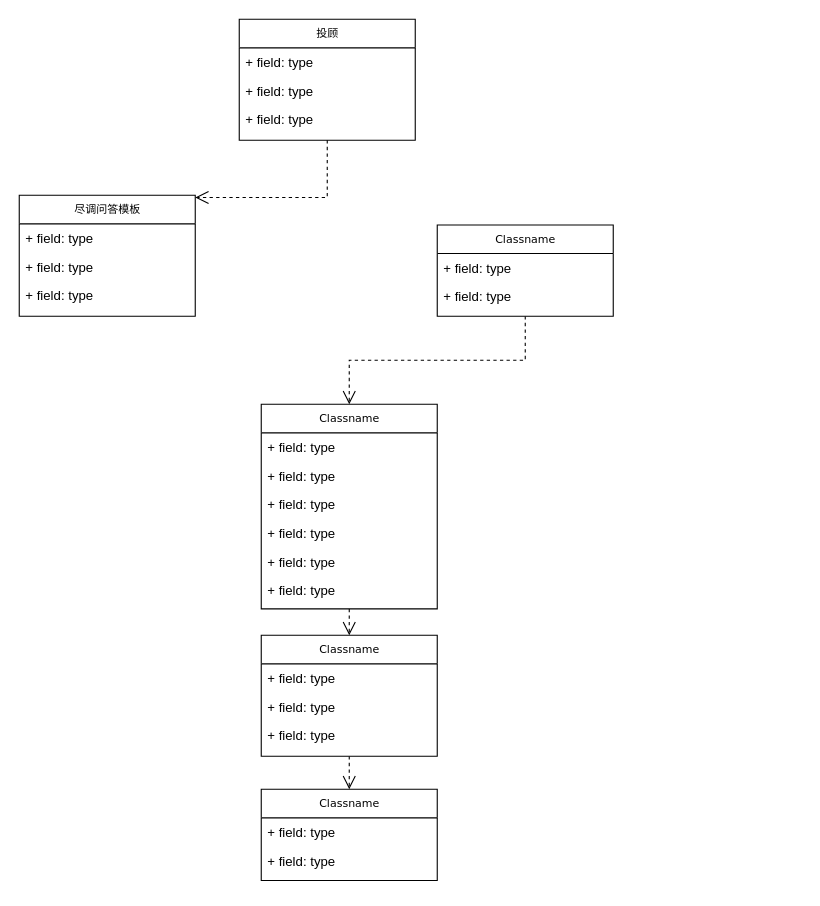
Above: 投顾尽调管理.drawio in shlei512/fundSys (draw.io), before the change. Source tidied: cells renumbered, new cells numbered last; positions are measured from the earlier drawing's top-left corner, leaving out a move shared by most shapes. Both pictures are drawn from the tidied source at 110%, with x=0, y=0 at pixel (19, 19).
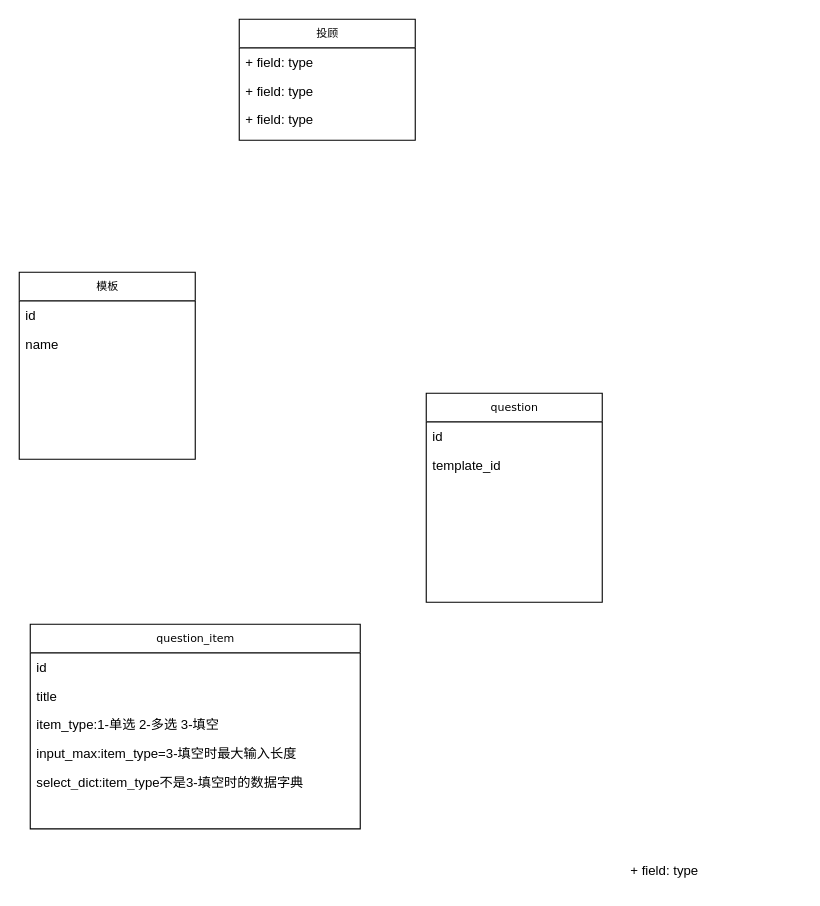
After the change.

Commit message (it also covers changes not shown here):
更新投顾尽调管理.drawio

Unchanged cells that the change refers to:
```xml
<mxCell id="10" value="投顾" style="swimlane;html=1;fontStyle=0;horizontal=1;startSize=26;fillColor=none;swimlaneFillColor=#ffffff;rounded=0;shadow=0;comic=0;labelBackgroundColor=none;strokeWidth=1;fontFamily=Verdana;fontSize=10;align=center;" parent="1" vertex="1">
  <mxGeometry x="200" width="160" height="110" as="geometry" />
</mxCell>
```

Diff of the diagram source:
```diff
@@
-    <mxCell id="2" style="edgeStyle=orthogonalEdgeStyle;rounded=0;html=1;dashed=1;labelBackgroundColor=none;startFill=0;endArrow=open;endFill=0;endSize=10;fontFamily=Verdana;fontSize=10;" parent="1" edge="1" source="3" target="22">
-      <mxGeometry relative="1" as="geometry" />
-    </mxCell>
-    <mxCell id="3" value="Classname" style="swimlane;html=1;fontStyle=0;horizontal=1;startSize=26;fillColor=none;swimlaneFillColor=#ffffff;rounded=0;shadow=0;comic=0;labelBackgroundColor=none;strokeWidth=1;fontFamily=Verdana;fontSize=10;align=center;" parent="1" vertex="1">
-      <mxGeometry x="220" y="350" width="160" height="186" as="geometry" />
+    <mxCell id="3" value="question_item" style="swimlane;html=1;fontStyle=0;horizontal=1;startSize=26;fillColor=none;swimlaneFillColor=#ffffff;rounded=0;shadow=0;comic=0;labelBackgroundColor=none;strokeWidth=1;fontFamily=Verdana;fontSize=10;align=center;" parent="1" vertex="1">
+      <mxGeometry x="10" y="550" width="300" height="186" as="geometry" />
     </mxCell>
-    <mxCell id="4" value="+ field: type" style="text;html=1;strokeColor=none;fillColor=none;align=left;verticalAlign=top;spacingLeft=4;spacingRight=4;whiteSpace=wrap;overflow=hidden;" parent="3" vertex="1">
-      <mxGeometry y="26" width="160" height="26" as="geometry" />
+    <mxCell id="4" value="id" style="text;html=1;strokeColor=none;fillColor=none;align=left;verticalAlign=top;spacingLeft=4;spacingRight=4;whiteSpace=wrap;overflow=hidden;" parent="3" vertex="1">
+      <mxGeometry y="26" width="300" height="26" as="geometry" />
     </mxCell>
-    <mxCell id="5" value="+ field: type" style="text;html=1;strokeColor=none;fillColor=none;align=left;verticalAlign=top;spacingLeft=4;spacingRight=4;whiteSpace=wrap;overflow=hidden;" parent="3" vertex="1">
-      <mxGeometry y="52" width="160" height="26" as="geometry" />
+    <mxCell id="5" value="title" style="text;html=1;strokeColor=none;fillColor=none;align=left;verticalAlign=top;spacingLeft=4;spacingRight=4;whiteSpace=wrap;overflow=hidden;" parent="3" vertex="1">
+      <mxGeometry y="52" width="300" height="26" as="geometry" />
     </mxCell>
-    <mxCell id="6" value="+ field: type" style="text;html=1;strokeColor=none;fillColor=none;align=left;verticalAlign=top;spacingLeft=4;spacingRight=4;whiteSpace=wrap;overflow=hidden;" parent="3" vertex="1">
-      <mxGeometry y="78" width="160" height="26" as="geometry" />
+    <mxCell id="6" value="item_type:1-单选 2-多选 3-填空" style="text;html=1;strokeColor=none;fillColor=none;align=left;verticalAlign=top;spacingLeft=4;spacingRight=4;whiteSpace=wrap;overflow=hidden;" parent="3" vertex="1">
+      <mxGeometry y="78" width="300" height="26" as="geometry" />
     </mxCell>
-    <mxCell id="7" value="+ field: type" style="text;html=1;strokeColor=none;fillColor=none;align=left;verticalAlign=top;spacingLeft=4;spacingRight=4;whiteSpace=wrap;overflow=hidden;" parent="3" vertex="1">
-      <mxGeometry y="104" width="160" height="26" as="geometry" />
-    </mxCell>
-    <mxCell id="8" value="+ field: type" style="text;html=1;strokeColor=none;fillColor=none;align=left;verticalAlign=top;spacingLeft=4;spacingRight=4;whiteSpace=wrap;overflow=hidden;" parent="3" vertex="1">
-      <mxGeometry y="130" width="160" height="26" as="geometry" />
-    </mxCell>
-    <mxCell id="9" value="+ field: type" style="text;html=1;strokeColor=none;fillColor=none;align=left;verticalAlign=top;spacingLeft=4;spacingRight=4;whiteSpace=wrap;overflow=hidden;" parent="3" vertex="1">
-      <mxGeometry y="156" width="160" height="26" as="geometry" />
-    </mxCell>
+    <mxCell id="31" value="input_max:item_type=3-填空时最大输入长度" style="text;html=1;strokeColor=none;fillColor=none;align=left;verticalAlign=top;spacingLeft=4;spacingRight=4;whiteSpace=wrap;overflow=hidden;" parent="3" vertex="1">
+      <mxGeometry y="104" width="300" height="26" as="geometry" />
+    </mxCell>
+    <mxCell id="32" value="select_dict:item_type不是3-填空时的数据字典" style="text;html=1;strokeColor=none;fillColor=none;align=left;verticalAlign=top;spacingLeft=4;spacingRight=4;whiteSpace=wrap;overflow=hidden;" parent="3" vertex="1">
+      <mxGeometry y="130" width="300" height="26" as="geometry" />
+    </mxCell>
@@
-    <mxCell id="14" value="尽调问答模板" style="swimlane;html=1;fontStyle=0;horizontal=1;startSize=26;fillColor=none;swimlaneFillColor=#ffffff;rounded=0;shadow=0;comic=0;labelBackgroundColor=none;strokeWidth=1;fontFamily=Verdana;fontSize=10;align=center;" parent="1" vertex="1">
-      <mxGeometry y="160" width="160" height="110" as="geometry" />
+    <mxCell id="14" value="模板" style="swimlane;html=1;fontStyle=0;horizontal=1;startSize=26;fillColor=none;swimlaneFillColor=#ffffff;rounded=0;shadow=0;comic=0;labelBackgroundColor=none;strokeWidth=1;fontFamily=Verdana;fontSize=10;align=center;" parent="1" vertex="1">
+      <mxGeometry y="230" width="160" height="170" as="geometry" />
     </mxCell>
-    <mxCell id="15" value="+ field: type" style="text;html=1;strokeColor=none;fillColor=none;align=left;verticalAlign=top;spacingLeft=4;spacingRight=4;whiteSpace=wrap;overflow=hidden;" parent="14" vertex="1">
+    <mxCell id="15" value="id" style="text;html=1;strokeColor=none;fillColor=none;align=left;verticalAlign=top;spacingLeft=4;spacingRight=4;whiteSpace=wrap;overflow=hidden;" parent="14" vertex="1">
       <mxGeometry y="26" width="160" height="26" as="geometry" />
     </mxCell>
-    <mxCell id="16" value="+ field: type" style="text;html=1;strokeColor=none;fillColor=none;align=left;verticalAlign=top;spacingLeft=4;spacingRight=4;whiteSpace=wrap;overflow=hidden;" parent="14" vertex="1">
+    <mxCell id="16" value="name" style="text;html=1;strokeColor=none;fillColor=none;align=left;verticalAlign=top;spacingLeft=4;spacingRight=4;whiteSpace=wrap;overflow=hidden;" parent="14" vertex="1">
       <mxGeometry y="52" width="160" height="26" as="geometry" />
     </mxCell>
-    <mxCell id="17" value="+ field: type" style="text;html=1;strokeColor=none;fillColor=none;align=left;verticalAlign=top;spacingLeft=4;spacingRight=4;whiteSpace=wrap;overflow=hidden;" parent="14" vertex="1">
-      <mxGeometry y="78" width="160" height="26" as="geometry" />
-    </mxCell>
-    <mxCell id="18" value="Classname" style="swimlane;html=1;fontStyle=0;horizontal=1;startSize=26;fillColor=none;swimlaneFillColor=#ffffff;rounded=0;shadow=0;comic=0;labelBackgroundColor=none;strokeWidth=1;fontFamily=Verdana;fontSize=10;align=center;" parent="1" vertex="1">
-      <mxGeometry x="220" y="700" width="160" height="83" as="geometry" />
-    </mxCell>
-    <mxCell id="19" value="+ field: type" style="text;html=1;strokeColor=none;fillColor=none;align=left;verticalAlign=top;spacingLeft=4;spacingRight=4;whiteSpace=wrap;overflow=hidden;" parent="18" vertex="1">
-      <mxGeometry y="26" width="160" height="26" as="geometry" />
-    </mxCell>
-    <mxCell id="20" value="+ field: type" style="text;html=1;strokeColor=none;fillColor=none;align=left;verticalAlign=top;spacingLeft=4;spacingRight=4;whiteSpace=wrap;overflow=hidden;" parent="18" vertex="1">
-      <mxGeometry y="52" width="160" height="26" as="geometry" />
-    </mxCell>
-    <mxCell id="21" style="edgeStyle=orthogonalEdgeStyle;rounded=0;html=1;dashed=1;labelBackgroundColor=none;startFill=0;endArrow=open;endFill=0;endSize=10;fontFamily=Verdana;fontSize=10;" parent="1" edge="1" source="22" target="18">
-      <mxGeometry relative="1" as="geometry" />
-    </mxCell>
-    <mxCell id="22" value="Classname" style="swimlane;html=1;fontStyle=0;horizontal=1;startSize=26;fillColor=none;swimlaneFillColor=#ffffff;rounded=0;shadow=0;comic=0;labelBackgroundColor=none;strokeWidth=1;fontFamily=Verdana;fontSize=10;align=center;" parent="1" vertex="1">
-      <mxGeometry x="220" y="560" width="160" height="110" as="geometry" />
-    </mxCell>
-    <mxCell id="23" value="+ field: type" style="text;html=1;strokeColor=none;fillColor=none;align=left;verticalAlign=top;spacingLeft=4;spacingRight=4;whiteSpace=wrap;overflow=hidden;" parent="22" vertex="1">
-      <mxGeometry y="26" width="160" height="26" as="geometry" />
-    </mxCell>
-    <mxCell id="24" value="+ field: type" style="text;html=1;strokeColor=none;fillColor=none;align=left;verticalAlign=top;spacingLeft=4;spacingRight=4;whiteSpace=wrap;overflow=hidden;" parent="22" vertex="1">
-      <mxGeometry y="52" width="160" height="26" as="geometry" />
-    </mxCell>
-    <mxCell id="25" value="+ field: type" style="text;html=1;strokeColor=none;fillColor=none;align=left;verticalAlign=top;spacingLeft=4;spacingRight=4;whiteSpace=wrap;overflow=hidden;" parent="22" vertex="1">
-      <mxGeometry y="78" width="160" height="26" as="geometry" />
-    </mxCell>
-    <mxCell id="26" style="edgeStyle=orthogonalEdgeStyle;rounded=0;html=1;dashed=1;labelBackgroundColor=none;startFill=0;endArrow=open;endFill=0;endSize=10;fontFamily=Verdana;fontSize=10;" parent="1" edge="1" source="27" target="3">
-      <mxGeometry relative="1" as="geometry" />
-    </mxCell>
-    <mxCell id="27" value="Classname" style="swimlane;html=1;fontStyle=0;horizontal=1;startSize=26;fillColor=none;swimlaneFillColor=#ffffff;rounded=0;shadow=0;comic=0;labelBackgroundColor=none;strokeWidth=1;fontFamily=Verdana;fontSize=10;align=center;" parent="1" vertex="1">
-      <mxGeometry x="380" y="187" width="160" height="83" as="geometry" />
+    <mxCell id="27" value="question" style="swimlane;html=1;fontStyle=0;horizontal=1;startSize=26;fillColor=none;swimlaneFillColor=#ffffff;rounded=0;shadow=0;comic=0;labelBackgroundColor=none;strokeWidth=1;fontFamily=Verdana;fontSize=10;align=center;" parent="1" vertex="1">
+      <mxGeometry x="370" y="340" width="160" height="190" as="geometry" />
     </mxCell>
-    <mxCell id="28" value="+ field: type" style="text;html=1;strokeColor=none;fillColor=none;align=left;verticalAlign=top;spacingLeft=4;spacingRight=4;whiteSpace=wrap;overflow=hidden;" parent="27" vertex="1">
+    <mxCell id="28" value="id" style="text;html=1;strokeColor=none;fillColor=none;align=left;verticalAlign=top;spacingLeft=4;spacingRight=4;whiteSpace=wrap;overflow=hidden;" parent="27" vertex="1">
       <mxGeometry y="26" width="160" height="26" as="geometry" />
     </mxCell>
-    <mxCell id="29" value="+ field: type" style="text;html=1;strokeColor=none;fillColor=none;align=left;verticalAlign=top;spacingLeft=4;spacingRight=4;whiteSpace=wrap;overflow=hidden;" parent="27" vertex="1">
+    <mxCell id="29" value="template_id" style="text;html=1;strokeColor=none;fillColor=none;align=left;verticalAlign=top;spacingLeft=4;spacingRight=4;whiteSpace=wrap;overflow=hidden;" parent="27" vertex="1">
       <mxGeometry y="52" width="160" height="26" as="geometry" />
     </mxCell>
-    <mxCell id="30" style="edgeStyle=orthogonalEdgeStyle;rounded=0;html=1;exitX=0.5;exitY=1;dashed=1;labelBackgroundColor=none;startFill=0;endArrow=open;endFill=0;endSize=10;fontFamily=Verdana;fontSize=10;exitDx=0;exitDy=0;" parent="1" edge="1" source="10" target="14">
-      <mxGeometry relative="1" as="geometry">
-        <Array as="points">
-          <mxPoint x="280" y="162" />
-        </Array>
-      </mxGeometry>
-    </mxCell>
+    <mxCell id="17" value="+ field: type" style="text;html=1;strokeColor=none;fillColor=none;align=left;verticalAlign=top;spacingLeft=4;spacingRight=4;whiteSpace=wrap;overflow=hidden;" parent="1" vertex="1">
+      <mxGeometry x="550" y="760" width="160" height="26" as="geometry" />
+    </mxCell>
```
